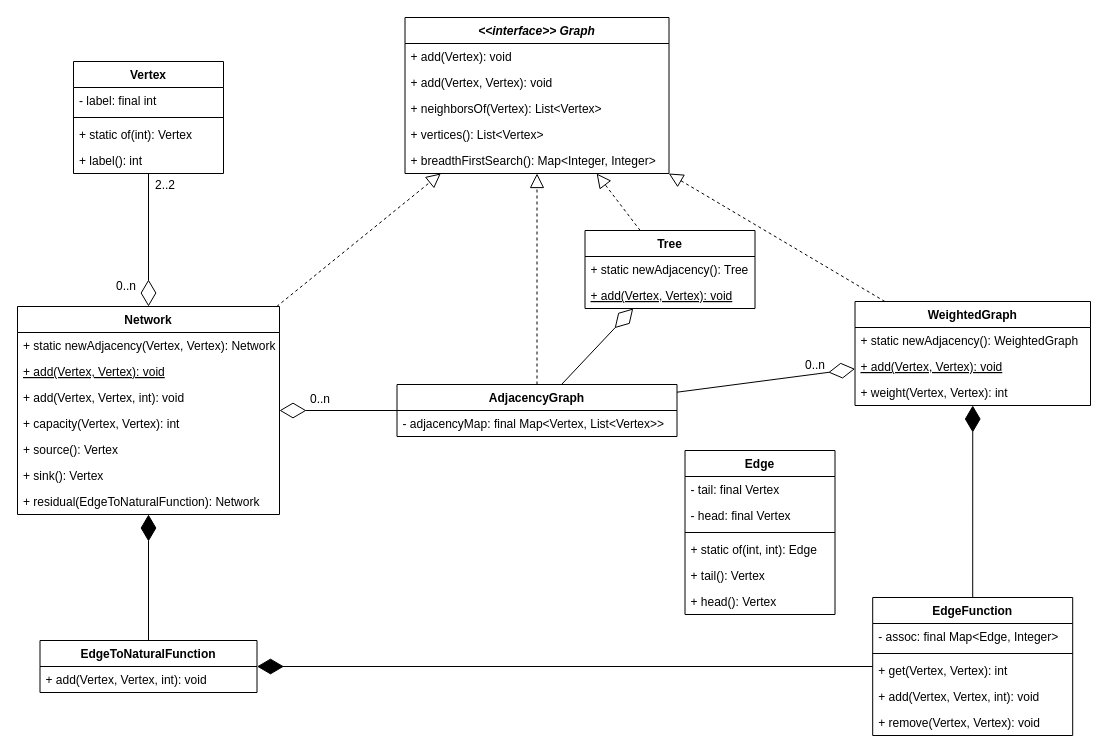
Above: docs/graph.drawio in mgmu/jraf (draw.io), before the change. Source tidied: cells renumbered, new cells numbered last; positions are measured from the earlier drawing's top-left corner, leaving out a move shared by most shapes. Both pictures are drawn from the tidied source at 100%, with x=0, y=0 at pixel (17, 17).
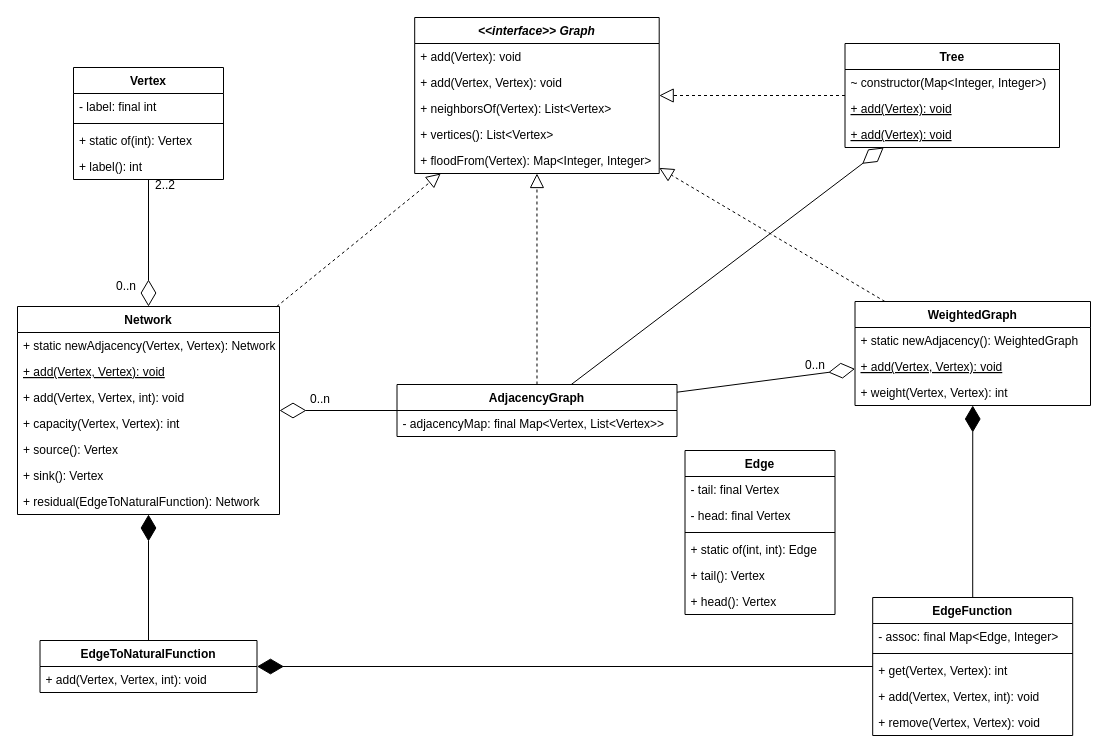
The same page after the edit.

Commit message (it also covers changes not shown here):
Added Tree type but without complete implementation

Diff of the diagram source:
```diff
@@
     <mxCell id="2" value="&lt;&lt;interface&gt;&gt; Graph" style="swimlane;fontStyle=3;align=center;verticalAlign=top;horizontal=1;startSize=26;" parent="1" vertex="1">
-      <mxGeometry x="387.5" width="264" height="156" as="geometry" />
+      <mxGeometry x="397.2" width="244.5" height="156" as="geometry" />
     </mxCell>
     <mxCell id="3" value="+ add(Vertex): void" style="text;strokeColor=none;fillColor=none;align=left;verticalAlign=top;spacingLeft=4;spacingRight=4;overflow=hidden;" parent="2" vertex="1">
-      <mxGeometry y="26" width="264" height="26" as="geometry" />
+      <mxGeometry y="26" width="244.5" height="26" as="geometry" />
     </mxCell>
     <mxCell id="4" value="+ add(Vertex, Vertex): void" style="text;strokeColor=none;fillColor=none;align=left;verticalAlign=top;spacingLeft=4;spacingRight=4;overflow=hidden;" parent="2" vertex="1">
-      <mxGeometry y="52" width="264" height="26" as="geometry" />
+      <mxGeometry y="52" width="244.5" height="26" as="geometry" />
     </mxCell>
     <mxCell id="5" value="+ neighborsOf(Vertex): List&lt;Vertex&gt;" style="text;strokeColor=none;fillColor=none;align=left;verticalAlign=top;spacingLeft=4;spacingRight=4;overflow=hidden;" parent="2" vertex="1">
-      <mxGeometry y="78" width="264" height="26" as="geometry" />
+      <mxGeometry y="78" width="244.5" height="26" as="geometry" />
     </mxCell>
     <mxCell id="6" value="+ vertices(): List&lt;Vertex&gt;" style="text;strokeColor=none;fillColor=none;align=left;verticalAlign=top;spacingLeft=4;spacingRight=4;overflow=hidden;" parent="2" vertex="1">
-      <mxGeometry y="104" width="264" height="26" as="geometry" />
+      <mxGeometry y="104" width="244.5" height="26" as="geometry" />
     </mxCell>
-    <mxCell id="7" value="+ breadthFirstSearch(): Map&lt;Integer, Integer&gt;" style="text;strokeColor=none;fillColor=none;align=left;verticalAlign=top;spacingLeft=4;spacingRight=4;overflow=hidden;" parent="2" vertex="1">
-      <mxGeometry y="130" width="264" height="26" as="geometry" />
+    <mxCell id="7" value="+ floodFrom(Vertex): Map&lt;Integer, Integer&gt;" style="text;strokeColor=none;fillColor=none;align=left;verticalAlign=top;spacingLeft=4;spacingRight=4;overflow=hidden;" parent="2" vertex="1">
+      <mxGeometry y="130" width="244.5" height="26" as="geometry" />
     </mxCell>
@@
     <mxCell id="11" value="Vertex" style="swimlane;fontStyle=1;align=center;verticalAlign=top;horizontal=1;startSize=26;" parent="1" vertex="1">
-      <mxGeometry x="56" y="44" width="150" height="112" as="geometry" />
+      <mxGeometry x="56" y="50" width="150" height="112" as="geometry" />
     </mxCell>
@@
     <mxCell id="55" value="Tree" style="swimlane;fontStyle=1;align=center;verticalAlign=top;horizontal=1;startSize=26;" parent="1" vertex="1">
-      <mxGeometry x="567.5" y="213" width="170" height="78" as="geometry" />
+      <mxGeometry x="827.5" y="26" width="214.5" height="104" as="geometry" />
     </mxCell>
-    <mxCell id="56" value="+ static newAdjacency(): Tree" style="text;strokeColor=none;fillColor=none;align=left;verticalAlign=top;spacingLeft=4;spacingRight=4;overflow=hidden;" parent="55" vertex="1">
-      <mxGeometry y="26" width="170" height="26" as="geometry" />
+    <mxCell id="56" value="~ constructor(Map&lt;Integer, Integer&gt;)" style="text;strokeColor=none;fillColor=none;align=left;verticalAlign=top;spacingLeft=4;spacingRight=4;overflow=hidden;" parent="55" vertex="1">
+      <mxGeometry y="26" width="214.5" height="26" as="geometry" />
     </mxCell>
-    <mxCell id="57" value="+ add(Vertex, Vertex): void" style="text;strokeColor=none;fillColor=none;align=left;verticalAlign=top;spacingLeft=4;spacingRight=4;overflow=hidden;fontStyle=4;" parent="55" vertex="1">
-      <mxGeometry y="52" width="170" height="26" as="geometry" />
-    </mxCell>
+    <mxCell id="60" value="+ add(Vertex): void" style="text;strokeColor=none;fillColor=none;align=left;verticalAlign=top;spacingLeft=4;spacingRight=4;overflow=hidden;fontStyle=4;" parent="55" vertex="1">
+      <mxGeometry y="52" width="214.5" height="26" as="geometry" />
+    </mxCell>
+    <mxCell id="61" value="+ add(Vertex): void" style="text;strokeColor=none;fillColor=none;align=left;verticalAlign=top;spacingLeft=4;spacingRight=4;overflow=hidden;fontStyle=4;" parent="55" vertex="1">
+      <mxGeometry y="78" width="214.5" height="26" as="geometry" />
+    </mxCell>
```
